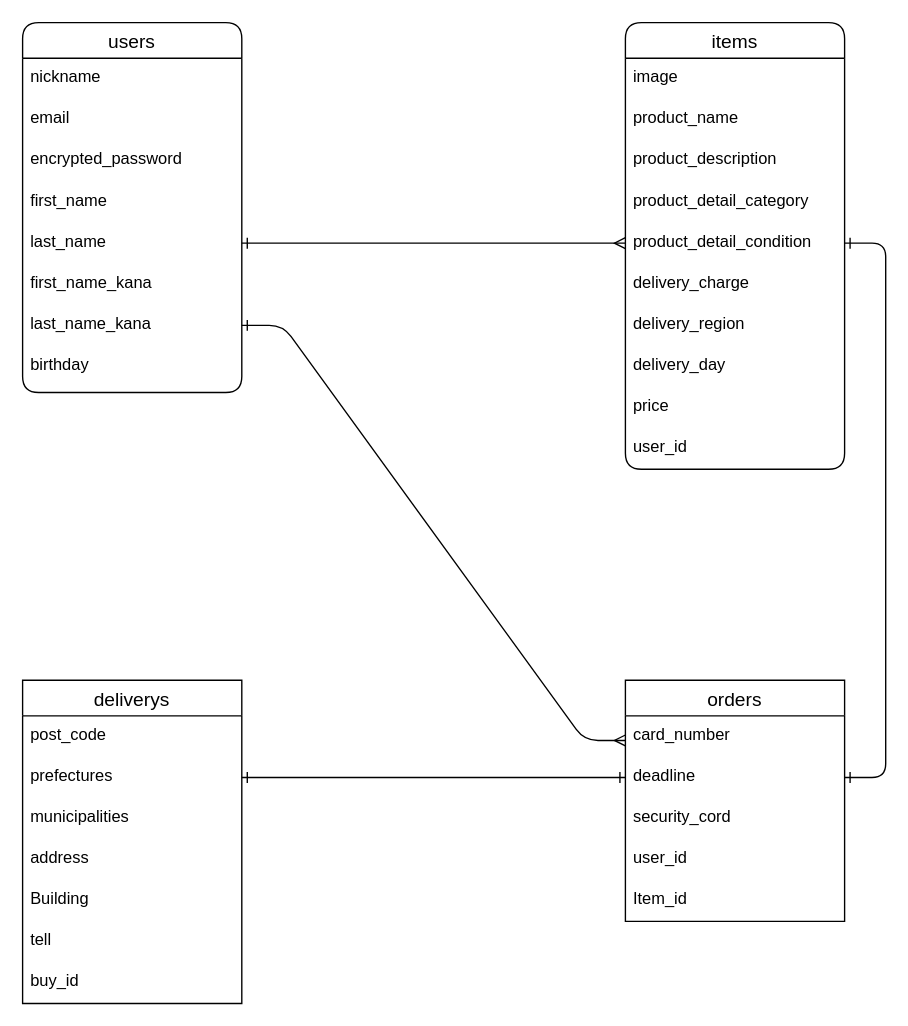
The draw.io diagram ER.dio in ssdtsk/furima-39334, before the edit. Source tidied: cells renumbered, new cells numbered last; positions are measured from the earlier drawing's top-left corner, leaving out a move shared by most shapes. Both pictures are drawn from the tidied source at 137%, with x=0, y=0 at pixel (22, 22).
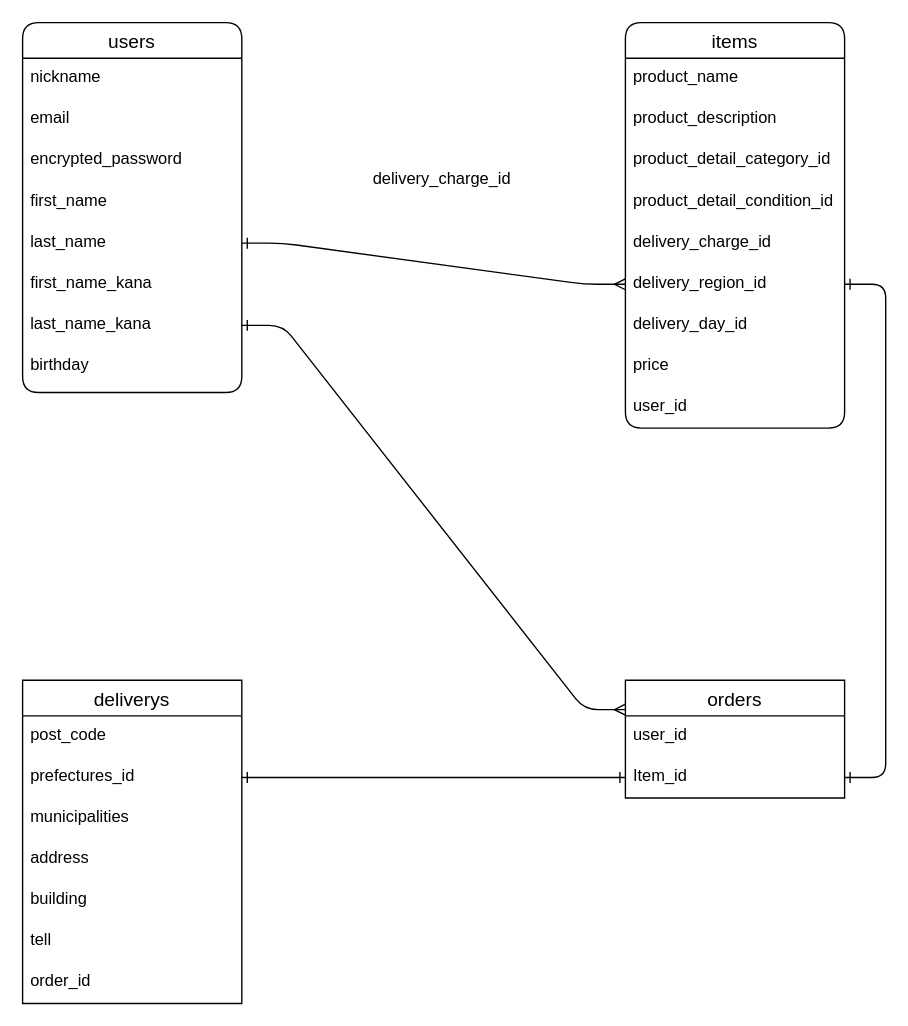
The same page after the edit.

The change refers to these unchanged cells:
```xml
<mxCell id="7" value="last_name" style="text;strokeColor=none;fillColor=none;spacingLeft=4;spacingRight=4;overflow=hidden;points=[[0,0.5],[1,0.5]];portConstraint=eastwest;fontSize=12;rounded=1;" parent="2" vertex="1">
  <mxGeometry y="146" width="160" height="30" as="geometry" />
</mxCell>
<mxCell id="31" value="deliverys" style="swimlane;fontStyle=0;horizontal=1;startSize=26;align=center;fontSize=14;" parent="1" vertex="1">
  <mxGeometry y="480" width="160" height="236" as="geometry" />
</mxCell>
```

What changed in the source:
```diff
@@
     <mxCell id="11" value="items" style="swimlane;fontStyle=0;horizontal=1;startSize=26;align=center;fontSize=14;rounded=1;" parent="1" vertex="1">
-      <mxGeometry x="440" width="160" height="326" as="geometry" />
+      <mxGeometry x="440" width="160" height="296" as="geometry" />
     </mxCell>
-    <mxCell id="12" value="image" style="text;strokeColor=none;fillColor=none;spacingLeft=4;spacingRight=4;overflow=hidden;fontSize=12;rounded=1;" parent="11" vertex="1">
-      <mxGeometry y="26" width="160" height="30" as="geometry" />
-    </mxCell>
     <mxCell id="13" value="product_name" style="text;strokeColor=none;fillColor=none;spacingLeft=4;spacingRight=4;overflow=hidden;fontSize=12;rounded=1;" parent="11" vertex="1">
-      <mxGeometry y="56" width="160" height="30" as="geometry" />
+      <mxGeometry y="26" width="160" height="30" as="geometry" />
     </mxCell>
     <mxCell id="14" value="product_description" style="text;strokeColor=none;fillColor=none;spacingLeft=4;spacingRight=4;overflow=hidden;fontSize=12;rounded=1;" parent="11" vertex="1">
-      <mxGeometry y="86" width="160" height="30" as="geometry" />
+      <mxGeometry y="56" width="160" height="30" as="geometry" />
     </mxCell>
-    <mxCell id="15" value="product_detail_category" style="text;strokeColor=none;fillColor=none;spacingLeft=4;spacingRight=4;overflow=hidden;fontSize=12;rounded=1;" parent="11" vertex="1">
-      <mxGeometry y="116" width="160" height="30" as="geometry" />
+    <mxCell id="15" value="product_detail_category_id" style="text;strokeColor=none;fillColor=none;spacingLeft=4;spacingRight=4;overflow=hidden;fontSize=12;rounded=1;" parent="11" vertex="1">
+      <mxGeometry y="86" width="160" height="30" as="geometry" />
     </mxCell>
-    <mxCell id="16" value="product_detail_condition" style="text;strokeColor=none;fillColor=none;spacingLeft=4;spacingRight=4;overflow=hidden;points=[[0,0.5],[1,0.5]];portConstraint=eastwest;fontSize=12;rounded=1;" parent="11" vertex="1">
-      <mxGeometry y="146" width="160" height="30" as="geometry" />
+    <mxCell id="16" value="product_detail_condition_id" style="text;strokeColor=none;fillColor=none;spacingLeft=4;spacingRight=4;overflow=hidden;points=[[0,0.5],[1,0.5]];portConstraint=eastwest;fontSize=12;rounded=1;" parent="11" vertex="1">
+      <mxGeometry y="116" width="160" height="30" as="geometry" />
     </mxCell>
-    <mxCell id="17" value="delivery_charge" style="text;strokeColor=none;fillColor=none;spacingLeft=4;spacingRight=4;overflow=hidden;fontSize=12;rounded=1;" parent="11" vertex="1">
-      <mxGeometry y="176" width="160" height="30" as="geometry" />
-    </mxCell>
+    <mxCell id="40" value="delivery_charge_id" style="text;strokeColor=none;fillColor=none;spacingLeft=4;spacingRight=4;overflow=hidden;fontSize=12;" parent="11" vertex="1">
+      <mxGeometry y="146" width="160" height="30" as="geometry" />
+    </mxCell>
-    <mxCell id="18" value="delivery_region" style="text;strokeColor=none;fillColor=none;spacingLeft=4;spacingRight=4;overflow=hidden;points=[[0,0.5],[1,0.5]];portConstraint=eastwest;fontSize=12;rounded=1;" parent="11" vertex="1">
-      <mxGeometry y="206" width="160" height="30" as="geometry" />
+    <mxCell id="18" value="delivery_region_id" style="text;strokeColor=none;fillColor=none;spacingLeft=4;spacingRight=4;overflow=hidden;points=[[0,0.5],[1,0.5]];portConstraint=eastwest;fontSize=12;rounded=1;" parent="11" vertex="1">
+      <mxGeometry y="176" width="160" height="30" as="geometry" />
     </mxCell>
-    <mxCell id="19" value="delivery_day" style="text;strokeColor=none;fillColor=none;spacingLeft=4;spacingRight=4;overflow=hidden;fontSize=12;rounded=1;" parent="11" vertex="1">
-      <mxGeometry y="236" width="160" height="30" as="geometry" />
+    <mxCell id="19" value="delivery_day_id&#10;" style="text;strokeColor=none;fillColor=none;spacingLeft=4;spacingRight=4;overflow=hidden;fontSize=12;rounded=1;" parent="11" vertex="1">
+      <mxGeometry y="206" width="160" height="30" as="geometry" />
     </mxCell>
     <mxCell id="20" value="price" style="text;strokeColor=none;fillColor=none;spacingLeft=4;spacingRight=4;overflow=hidden;fontSize=12;rounded=1;" parent="11" vertex="1">
-      <mxGeometry y="266" width="160" height="30" as="geometry" />
+      <mxGeometry y="236" width="160" height="30" as="geometry" />
     </mxCell>
     <mxCell id="21" value="user_id" style="text;strokeColor=none;fillColor=none;spacingLeft=4;spacingRight=4;overflow=hidden;fontSize=12;" parent="11" vertex="1">
-      <mxGeometry y="296" width="160" height="30" as="geometry" />
+      <mxGeometry y="266" width="160" height="30" as="geometry" />
     </mxCell>
-    <mxCell id="22" style="edgeStyle=entityRelationEdgeStyle;html=1;exitX=1;exitY=0.5;exitDx=0;exitDy=0;entryX=0;entryY=0.5;entryDx=0;entryDy=0;startArrow=ERone;startFill=0;endArrow=ERmany;endFill=0;" parent="1" edge="1" source="7" target="16">
+    <mxCell id="22" style="edgeStyle=entityRelationEdgeStyle;html=1;exitX=1;exitY=0.5;exitDx=0;exitDy=0;startArrow=ERone;startFill=0;endArrow=ERmany;endFill=0;entryX=0;entryY=0.5;entryDx=0;entryDy=0;" parent="1" edge="1" source="7" target="18">
       <mxGeometry relative="1" as="geometry" />
     </mxCell>
     <mxCell id="23" value="orders" style="swimlane;fontStyle=0;horizontal=1;startSize=26;align=center;fontSize=14;" parent="1" vertex="1">
-      <mxGeometry x="440" y="480" width="160" height="176" as="geometry" />
+      <mxGeometry x="440" y="480" width="160" height="86" as="geometry" />
     </mxCell>
-    <mxCell id="24" value="card_number" style="text;strokeColor=none;fillColor=none;spacingLeft=4;spacingRight=4;overflow=hidden;fontSize=12;" parent="23" vertex="1">
-      <mxGeometry y="26" width="160" height="30" as="geometry" />
-    </mxCell>
-    <mxCell id="25" value="deadline" style="text;strokeColor=none;fillColor=none;spacingLeft=4;spacingRight=4;overflow=hidden;points=[[0,0.5],[1,0.5]];portConstraint=eastwest;fontSize=12;" parent="23" vertex="1">
-      <mxGeometry y="56" width="160" height="30" as="geometry" />
-    </mxCell>
-    <mxCell id="26" value="security_cord" style="text;strokeColor=none;fillColor=none;spacingLeft=4;spacingRight=4;overflow=hidden;fontSize=12;" parent="23" vertex="1">
-      <mxGeometry y="86" width="160" height="30" as="geometry" />
-    </mxCell>
     <mxCell id="27" value="user_id" style="text;strokeColor=none;fillColor=none;spacingLeft=4;spacingRight=4;overflow=hidden;fontSize=12;" parent="23" vertex="1">
-      <mxGeometry y="116" width="160" height="30" as="geometry" />
+      <mxGeometry y="26" width="160" height="30" as="geometry" />
     </mxCell>
     <mxCell id="28" value="Item_id" style="text;strokeColor=none;fillColor=none;spacingLeft=4;spacingRight=4;overflow=hidden;points=[[0,0.5],[1,0.5]];portConstraint=eastwest;fontSize=12;" parent="23" vertex="1">
-      <mxGeometry y="146" width="160" height="30" as="geometry" />
+      <mxGeometry y="56" width="160" height="30" as="geometry" />
     </mxCell>
-    <mxCell id="29" style="edgeStyle=entityRelationEdgeStyle;html=1;exitX=1;exitY=0.5;exitDx=0;exitDy=0;entryX=1;entryY=0.5;entryDx=0;entryDy=0;startArrow=ERone;startFill=0;endArrow=ERone;endFill=0;" parent="1" edge="1" source="16" target="25">
+    <mxCell id="29" style="edgeStyle=entityRelationEdgeStyle;html=1;exitX=1;exitY=0.5;exitDx=0;exitDy=0;startArrow=ERone;startFill=0;endArrow=ERone;endFill=0;" parent="1" edge="1" source="18" target="28">
       <mxGeometry relative="1" as="geometry" />
     </mxCell>
@@
-    <mxCell id="33" value="prefectures" style="text;strokeColor=none;fillColor=none;spacingLeft=4;spacingRight=4;overflow=hidden;points=[[0,0.5],[1,0.5]];portConstraint=eastwest;fontSize=12;" parent="31" vertex="1">
+    <mxCell id="33" value="prefectures_id" style="text;strokeColor=none;fillColor=none;spacingLeft=4;spacingRight=4;overflow=hidden;points=[[0,0.5],[1,0.5]];portConstraint=eastwest;fontSize=12;" parent="31" vertex="1">
       <mxGeometry y="56" width="160" height="30" as="geometry" />
     </mxCell>
@@
-    <mxCell id="36" value="Building" style="text;strokeColor=none;fillColor=none;spacingLeft=4;spacingRight=4;overflow=hidden;fontSize=12;" parent="31" vertex="1">
+    <mxCell id="36" value="building" style="text;strokeColor=none;fillColor=none;spacingLeft=4;spacingRight=4;overflow=hidden;fontSize=12;" parent="31" vertex="1">
       <mxGeometry y="146" width="160" height="30" as="geometry" />
     </mxCell>
@@
-    <mxCell id="38" value="buy_id" style="text;strokeColor=none;fillColor=none;spacingLeft=4;spacingRight=4;overflow=hidden;fontSize=12;" parent="31" vertex="1">
+    <mxCell id="38" value="order_id" style="text;strokeColor=none;fillColor=none;spacingLeft=4;spacingRight=4;overflow=hidden;fontSize=12;" parent="31" vertex="1">
       <mxGeometry y="206" width="160" height="30" as="geometry" />
     </mxCell>
-    <mxCell id="39" style="edgeStyle=entityRelationEdgeStyle;html=1;exitX=0;exitY=0.5;exitDx=0;exitDy=0;entryX=1;entryY=0.5;entryDx=0;entryDy=0;startArrow=ERone;startFill=0;endArrow=ERone;endFill=0;" parent="1" edge="1" source="25" target="33">
+    <mxCell id="39" style="edgeStyle=entityRelationEdgeStyle;html=1;entryX=1;entryY=0.5;entryDx=0;entryDy=0;startArrow=ERone;startFill=0;endArrow=ERone;endFill=0;exitX=0;exitY=0.5;exitDx=0;exitDy=0;" parent="1" edge="1" source="28" target="33">
       <mxGeometry relative="1" as="geometry" />
     </mxCell>
+    <mxCell id="17" value="delivery_charge_id" style="text;strokeColor=none;fillColor=none;spacingLeft=4;spacingRight=4;overflow=hidden;fontSize=12;rounded=1;" parent="1" vertex="1">
+      <mxGeometry x="250" y="100" width="160" height="30" as="geometry" />
+    </mxCell>
```
